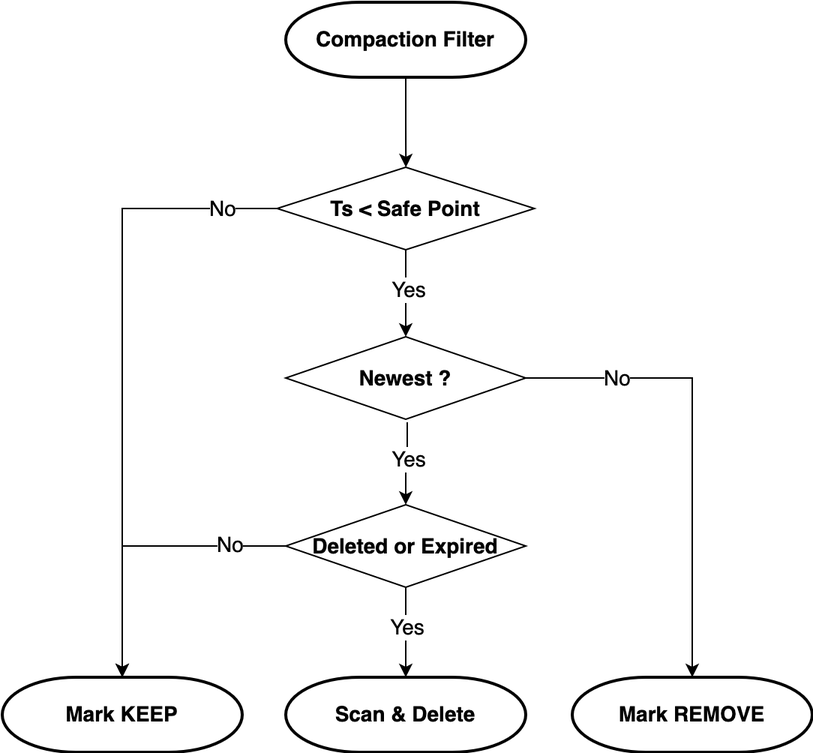
Before: media/rawkv-gc-compaction-filter.png, a diagram exported from draw.io (tikv/rfcs). Source tidied: cells renumbered, new cells last; positions are measured from the earlier drawing's top-left corner, leaving out a move shared by most shapes.
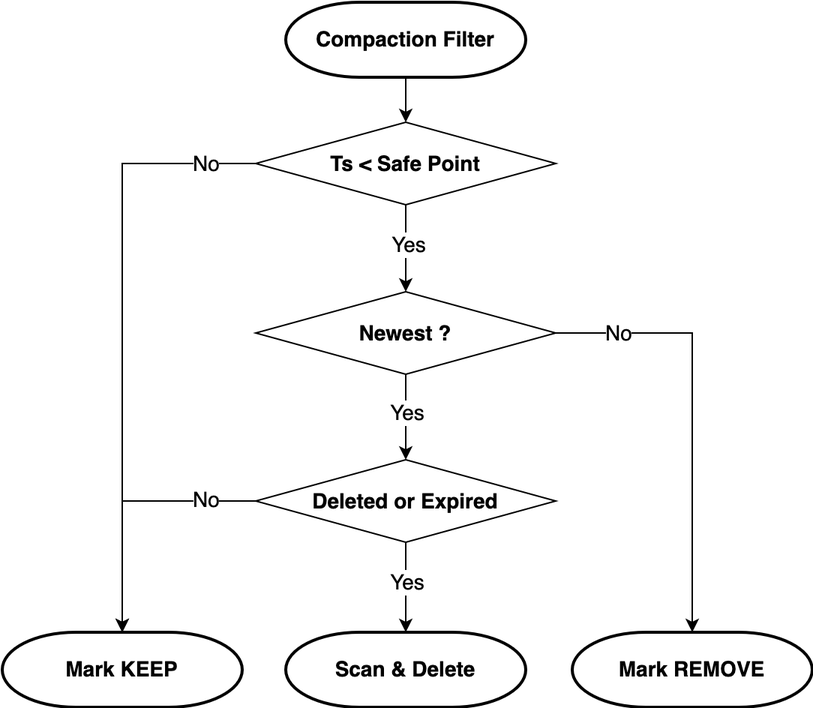
The same file after the commit.

What changed in the source:
```diff
@@ -6,7 +6,7 @@
       <mxGeometry relative="1" as="geometry" />
     </mxCell>
     <mxCell id="3" value="Compaction Filter" style="strokeWidth=2;html=1;shape=mxgraph.flowchart.terminator;whiteSpace=wrap;fontSize=14;fontStyle=1;fillColor=none;flipH=1;" parent="1" vertex="1">
-      <mxGeometry x="189" width="160" height="50" as="geometry" />
+      <mxGeometry x="189" y="30" width="160" height="50" as="geometry" />
     </mxCell>
     <mxCell id="4" style="edgeStyle=orthogonalEdgeStyle;rounded=0;jettySize=auto;html=1;fontSize=14;entryX=0.5;entryY=0;entryDx=0;entryDy=0;exitX=0.5;exitY=1;exitDx=0;exitDy=0;" parent="1" edge="1" source="6" target="13">
       <mxGeometry relative="1" as="geometry" />
@@ -15,7 +15,7 @@
       <mxGeometry x="-0.11" y="1" relative="1" as="geometry" />
     </mxCell>
     <mxCell id="6" value="Ts &amp;lt; Safe Point" style="rhombus;whiteSpace=wrap;html=1;fontSize=14;flipV=0;fontStyle=1;fillColor=none;flipH=1;" parent="1" vertex="1">
-      <mxGeometry x="183.2" y="110" width="171.5" height="55" as="geometry" />
+      <mxGeometry x="169" y="110" width="200" height="55" as="geometry" />
     </mxCell>
     <mxCell id="7" style="edgeStyle=orthogonalEdgeStyle;rounded=0;jettySize=auto;html=1;fontSize=14;exitX=0;exitY=0.5;exitDx=0;exitDy=0;" parent="1" edge="1" source="17" target="9">
       <mxGeometry relative="1" as="geometry" />
@@ -29,10 +29,8 @@
     <mxCell id="10" value="Scan &amp;amp; Delete" style="strokeWidth=2;html=1;shape=mxgraph.flowchart.terminator;whiteSpace=wrap;fontSize=14;fontStyle=1;fillColor=none;flipH=1;" parent="1" vertex="1">
       <mxGeometry x="189" y="450" width="160" height="50" as="geometry" />
     </mxCell>
-    <mxCell id="11" style="edgeStyle=orthogonalEdgeStyle;rounded=0;jettySize=auto;html=1;fontSize=14;entryX=0.5;entryY=0;entryDx=0;entryDy=0;" parent="1" edge="1" target="17">
-      <mxGeometry relative="1" as="geometry">
-        <mxPoint x="270" y="280" as="sourcePoint" />
-      </mxGeometry>
+    <mxCell id="11" style="edgeStyle=orthogonalEdgeStyle;rounded=0;jettySize=auto;html=1;fontSize=14;entryX=0.5;entryY=0;entryDx=0;entryDy=0;exitX=0.5;exitY=1;exitDx=0;exitDy=0;" parent="1" edge="1" source="13" target="17">
+      <mxGeometry relative="1" as="geometry" />
     </mxCell>
     <mxCell id="12" value="Yes" style="edgeLabel;html=1;align=center;verticalAlign=middle;fontSize=14;" parent="11" vertex="1">
       <mxGeometry x="-0.24" y="1" relative="1" as="geometry">
@@ -40,7 +38,7 @@
       </mxGeometry>
     </mxCell>
     <mxCell id="13" value="Newest ?" style="rhombus;whiteSpace=wrap;html=1;fontSize=14;flipV=0;fontStyle=1;fillColor=none;flipH=1;" parent="1" vertex="1">
-      <mxGeometry x="189" y="223" width="160" height="55" as="geometry" />
+      <mxGeometry x="169" y="223" width="200" height="55" as="geometry" />
     </mxCell>
     <mxCell id="14" style="edgeStyle=orthogonalEdgeStyle;rounded=0;jettySize=auto;html=1;fontSize=14;exitX=0;exitY=0.5;exitDx=0;exitDy=0;entryX=0.5;entryY=0;entryDx=0;entryDy=0;" parent="1" edge="1" source="6" target="9">
       <mxGeometry relative="1" as="geometry" />
@@ -54,14 +52,14 @@
       <mxGeometry x="380" y="450" width="160" height="50" as="geometry" />
     </mxCell>
     <mxCell id="17" value="Deleted or Expired" style="rhombus;whiteSpace=wrap;html=1;fontSize=14;flipV=0;fontStyle=1;fillColor=none;flipH=1;" parent="1" vertex="1">
-      <mxGeometry x="189" y="335" width="160" height="55" as="geometry" />
+      <mxGeometry x="169" y="335" width="200" height="55" as="geometry" />
     </mxCell>
     <mxCell id="18" style="edgeStyle=orthogonalEdgeStyle;rounded=0;jettySize=auto;html=1;fontSize=14;exitX=1;exitY=0.5;exitDx=0;exitDy=0;" parent="1" edge="1" source="13" target="16">
       <mxGeometry relative="1" as="geometry" />
     </mxCell>
     <mxCell id="19" value="No" style="edgeLabel;html=1;align=center;verticalAlign=middle;fontSize=14;labelBackgroundColor=default;" parent="18" vertex="1">
       <mxGeometry x="-0.61" y="-1" relative="1" as="geometry">
-        <mxPoint y="-1" as="offset" />
+        <mxPoint x="-15" y="-1" as="offset" />
       </mxGeometry>
     </mxCell>
     <mxCell id="20" style="edgeStyle=orthogonalEdgeStyle;rounded=0;jettySize=auto;html=1;fontSize=14;exitX=0.5;exitY=1;exitDx=0;exitDy=0;entryX=0.5;entryY=0;entryDx=0;entryDy=0;entryPerimeter=0;" parent="1" edge="1" source="17" target="10">
```
